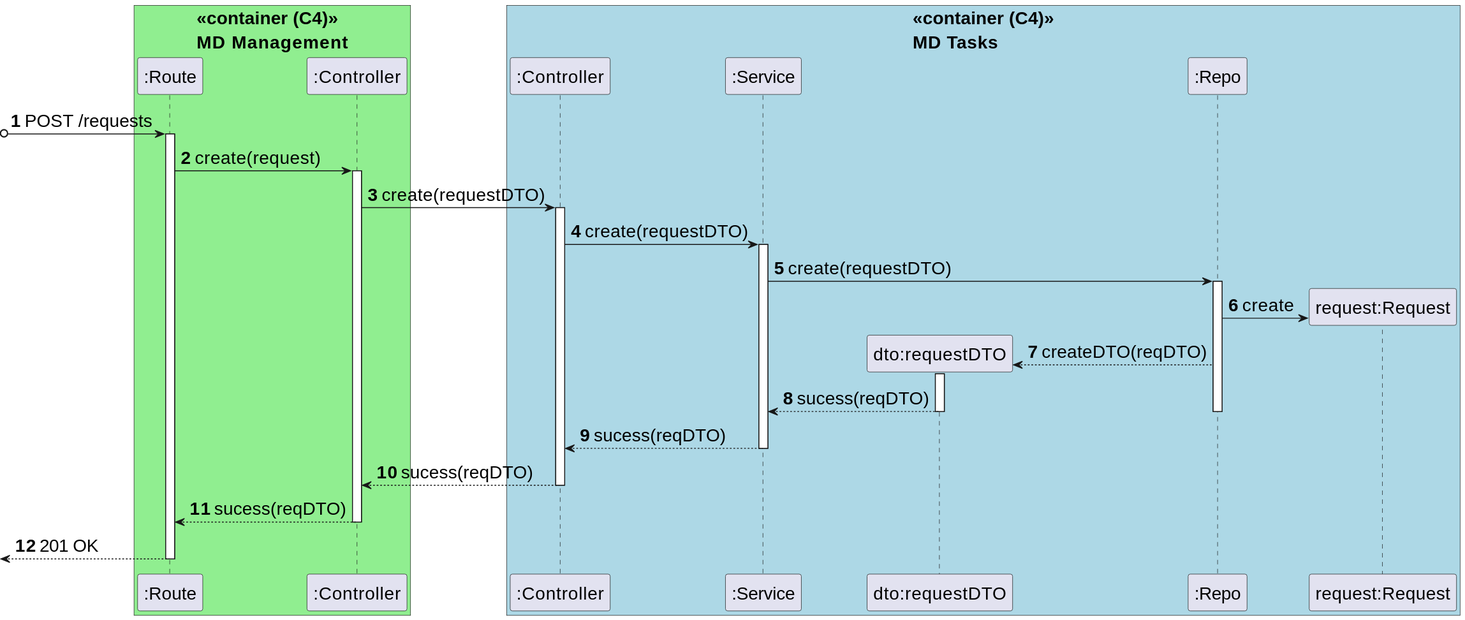
miseEnPlace-dev/lapr5 keeps this PlantUML diagram as _wiki/sprint-c/us-460/views/level-3/assets/process-view.svg. Above is the earlier version. The source it was exported from:
```plantuml
@startuml
skinparamlocked defaultFontSize 20
autonumber
box "<<container (C4)>>\nMD Management" <<center>>#LightGreen
  participant ROUTE as ":Route"
  participant CTRLMDD as ":Controller"
end box

box "<<container (C4)>>\nMD Tasks" <<center>>#LightBlue
  participant MDTCTRL as ":Controller"
  participant MDTSRV as ":Service"
  participant MDTDTO as "dto:requestDTO"
  participant MDTREPO as ":Repo"
  participant BUILD as "request:Request"
end box

?o-> ROUTE : POST /requests
activate ROUTE

ROUTE -> CTRLMDD : create(request)
activate CTRLMDD

CTRLMDD -> MDTCTRL : create(requestDTO)
activate MDTCTRL

MDTCTRL -> MDTSRV : create(requestDTO)
activate MDTSRV

MDTSRV -> MDTREPO : create(requestDTO)
activate MDTREPO

MDTREPO -> BUILD** : create
deactivate MDTDTO

MDTREPO --> MDTDTO** : createDTO(reqDTO)
activate MDTDTO

MDTDTO --> MDTSRV : sucess(reqDTO)
deactivate MDTDTO
deactivate MDTREPO

MDTSRV --> MDTCTRL : sucess(reqDTO)
deactivate MDTSRV

MDTCTRL --> CTRLMDD : sucess(reqDTO)
deactivate MDTCTRL

CTRLMDD --> ROUTE : sucess(reqDTO)
deactivate CTRLMDD
<-- ROUTE : 201 OK
deactivate ROUTE
@enduml
```
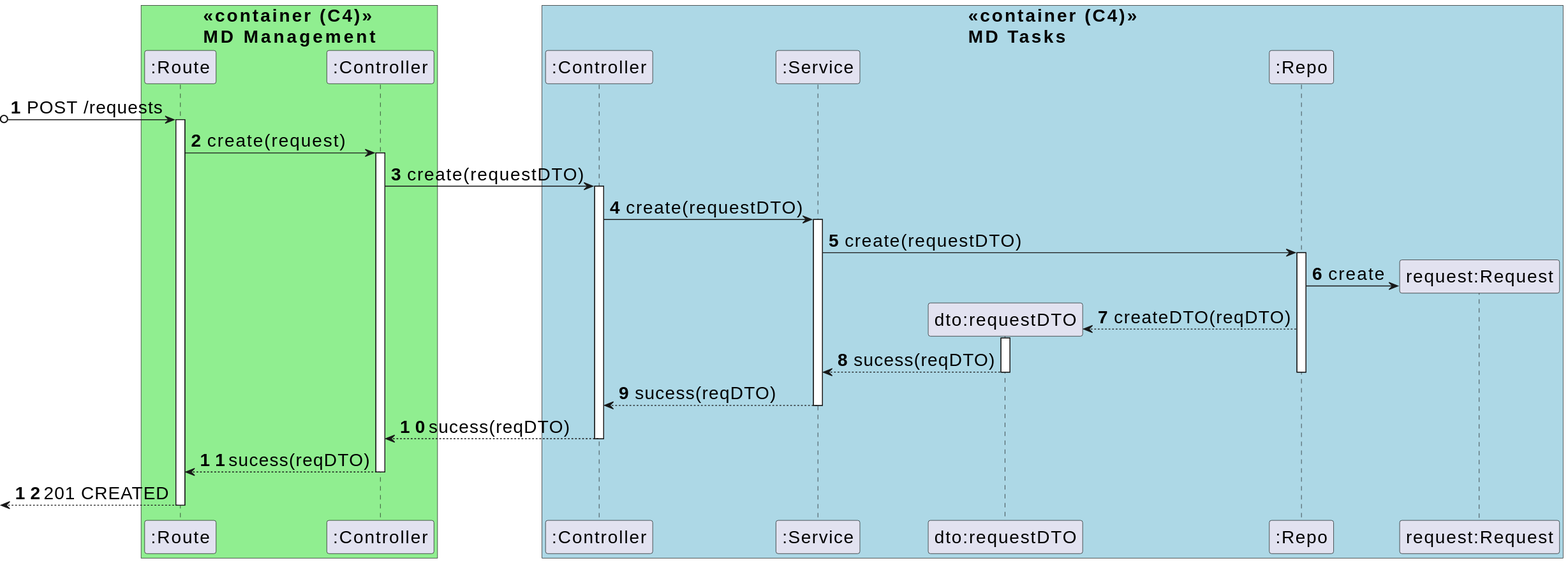
The same diagram one commit later.

The edit, as a diff of the source:
```diff
@@ -47,6 +47,6 @@
 
 CTRLMDD --> ROUTE : sucess(reqDTO)
 deactivate CTRLMDD
-<-- ROUTE : 201 OK
+<-- ROUTE : 201 CREATED
 deactivate ROUTE
 @enduml
```
